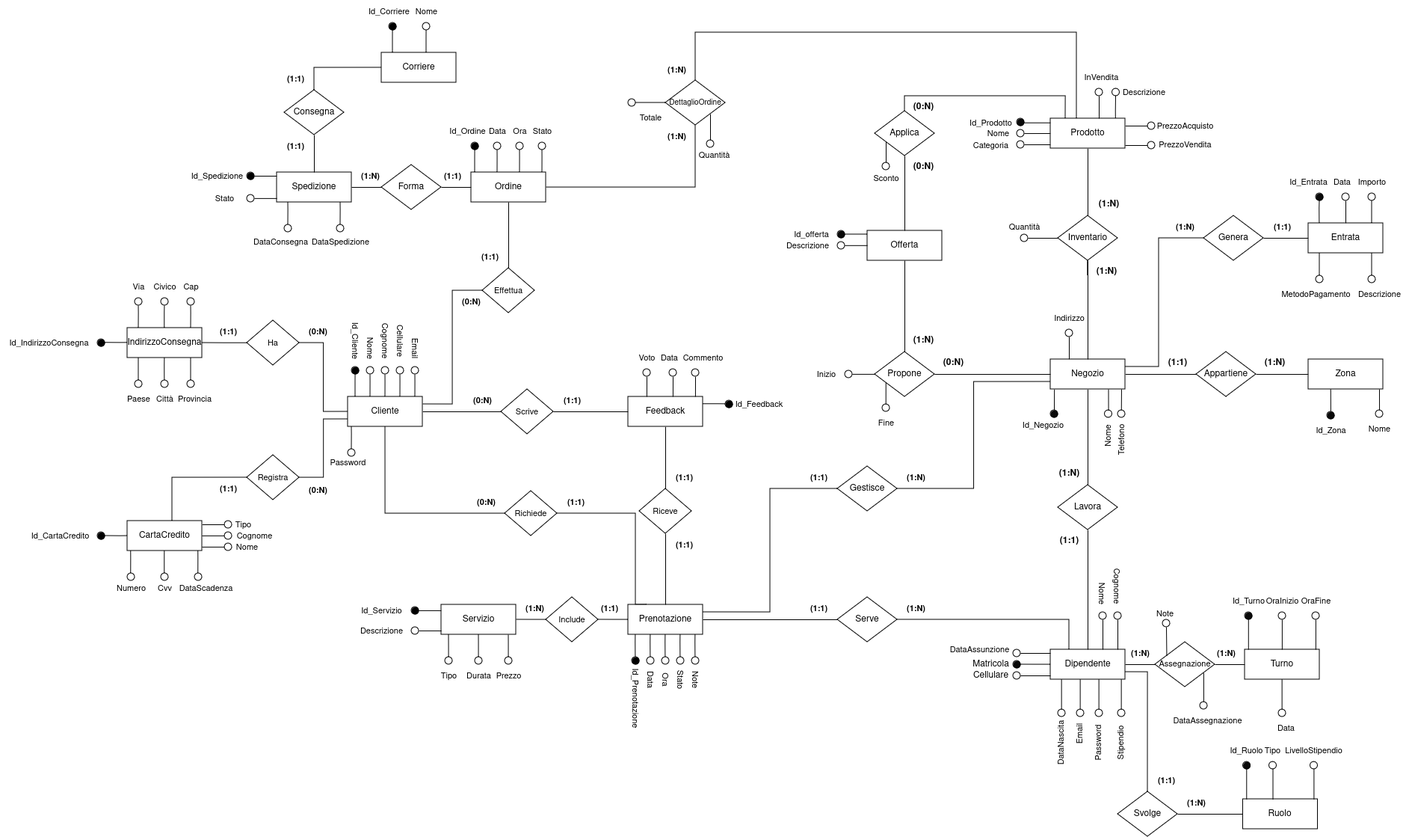
Before: fase_due/images/er_finale.png, a diagram exported from draw.io (IonutZbir/ProgettoDatabase). Source tidied: cells renumbered, new cells last; positions are measured from the earlier drawing's top-left corner, leaving out a move shared by most shapes.
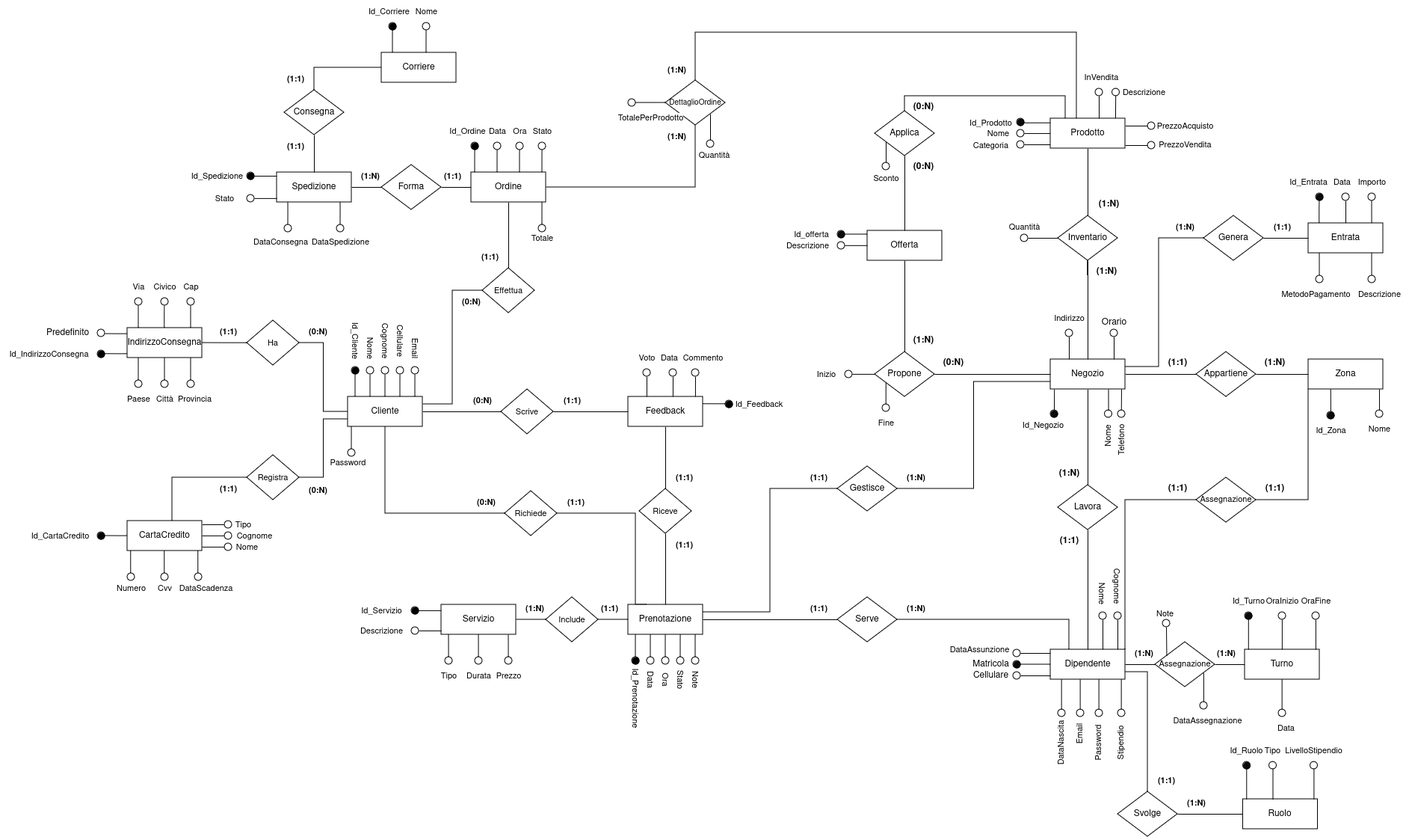
Above is the later version.

The edit, as a diff of the source:
```diff
@@ -646,8 +646,8 @@
     <mxCell id="158" value="Quantità" style="text;html=1;align=center;verticalAlign=middle;strokeColor=none;fillColor=none;fontFamily=Helvetica;fontSize=11;fontColor=default;labelBackgroundColor=default;" parent="1" vertex="1">
       <mxGeometry x="920" y="192" width="70" height="30" as="geometry" />
     </mxCell>
-    <mxCell id="159" value="Totale" style="text;html=1;align=center;verticalAlign=middle;strokeColor=none;fillColor=none;fontFamily=Helvetica;fontSize=11;fontColor=default;labelBackgroundColor=default;" parent="1" vertex="1">
-      <mxGeometry x="845" y="142" width="50" height="30" as="geometry" />
+    <mxCell id="159" value="TotalePerProdotto" style="text;html=1;align=center;verticalAlign=middle;strokeColor=none;fillColor=none;fontFamily=Helvetica;fontSize=11;fontColor=default;labelBackgroundColor=default;" parent="1" vertex="1">
+      <mxGeometry x="815" y="142" width="110" height="30" as="geometry" />
     </mxCell>
     <mxCell id="160" style="ellipse;whiteSpace=wrap;html=1;fontFamily=Helvetica;fontSize=11;fontColor=default;labelBackgroundColor=default;fillColor=none;" parent="1" vertex="1">
       <mxGeometry x="840" y="132" width="10" height="10" as="geometry" />
@@ -858,7 +858,7 @@
       <mxGeometry x="1290" y="888" width="70" height="30" as="geometry" />
     </mxCell>
     <mxCell id="214" value="(1:N)" style="text;html=1;align=center;verticalAlign=middle;strokeColor=none;fillColor=none;fontFamily=Helvetica;fontSize=11;fontColor=default;labelBackgroundColor=default;fontStyle=1;" parent="1" vertex="1">
-      <mxGeometry x="1500" y="858" width="50" height="30" as="geometry" />
+      <mxGeometry x="1505" y="858" width="50" height="30" as="geometry" />
     </mxCell>
     <mxCell id="215" value="(1:N)" style="text;html=1;align=center;verticalAlign=middle;strokeColor=none;fillColor=none;fontFamily=Helvetica;fontSize=11;fontColor=default;labelBackgroundColor=default;fontStyle=1;" parent="1" vertex="1">
       <mxGeometry x="1615" y="858" width="50" height="30" as="geometry" />
@@ -1155,11 +1155,11 @@
     </mxCell>
     <mxCell id="283" style="edgeStyle=orthogonalEdgeStyle;shape=connector;rounded=0;orthogonalLoop=1;jettySize=auto;html=1;exitX=0;exitY=0.25;exitDx=0;exitDy=0;strokeColor=default;align=center;verticalAlign=middle;fontFamily=Helvetica;fontSize=11;fontColor=default;labelBackgroundColor=default;endArrow=none;endFill=0;" parent="1" edge="1">
       <mxGeometry relative="1" as="geometry">
-        <mxPoint x="170" y="457.9" as="sourcePoint" />
-        <mxPoint x="140" y="457.8" as="targetPoint" />
+        <mxPoint x="170" y="472.9" as="sourcePoint" />
+        <mxPoint x="140" y="472.8" as="targetPoint" />
         <Array as="points">
-          <mxPoint x="160" y="457.9" />
-          <mxPoint x="160" y="457.9" />
+          <mxPoint x="160" y="472.9" />
+          <mxPoint x="160" y="472.9" />
         </Array>
       </mxGeometry>
     </mxCell>
@@ -1226,13 +1226,13 @@
       <mxGeometry x="215" y="397.9" width="10" height="10" as="geometry" />
     </mxCell>
     <mxCell id="300" style="ellipse;whiteSpace=wrap;html=1;fontFamily=Helvetica;fontSize=11;fontColor=default;labelBackgroundColor=default;fillColor=#000000;" parent="1" vertex="1">
-      <mxGeometry x="130" y="452.9" width="10" height="10" as="geometry" />
+      <mxGeometry x="130" y="467.9" width="10" height="10" as="geometry" />
     </mxCell>
     <mxCell id="301" style="ellipse;whiteSpace=wrap;html=1;fontFamily=Helvetica;fontSize=11;fontColor=default;labelBackgroundColor=default;" parent="1" vertex="1">
       <mxGeometry x="250" y="397.9" width="10" height="10" as="geometry" />
     </mxCell>
     <mxCell id="302" value="Id_IndirizzoConsegna" style="text;html=1;align=center;verticalAlign=middle;strokeColor=none;fillColor=none;fontFamily=Helvetica;fontSize=11;fontColor=default;labelBackgroundColor=default;" parent="1" vertex="1">
-      <mxGeometry y="442.9" width="130" height="30" as="geometry" />
+      <mxGeometry y="457.9" width="130" height="30" as="geometry" />
     </mxCell>
     <mxCell id="303" style="ellipse;whiteSpace=wrap;html=1;fontFamily=Helvetica;fontSize=11;fontColor=default;labelBackgroundColor=default;" parent="1" vertex="1">
       <mxGeometry x="180" y="397.9" width="10" height="10" as="geometry" />
@@ -1602,5 +1602,63 @@
     <mxCell id="384" value="(1:1)" style="text;html=1;align=center;verticalAlign=middle;strokeColor=none;fillColor=none;fontFamily=Helvetica;fontSize=11;fontColor=default;labelBackgroundColor=default;fontStyle=1;" parent="1" vertex="1">
       <mxGeometry x="745" y="656" width="50" height="30" as="geometry" />
     </mxCell>
+    <mxCell id="385" style="edgeStyle=orthogonalEdgeStyle;shape=connector;rounded=0;jettySize=auto;html=1;entryX=0;entryY=1;entryDx=0;entryDy=0;strokeColor=default;align=center;verticalAlign=middle;fontFamily=Helvetica;fontSize=11;fontColor=default;labelBackgroundColor=default;endArrow=none;endFill=0;" parent="1" edge="1" source="386" target="53">
+      <mxGeometry relative="1" as="geometry" />
+    </mxCell>
+    <mxCell id="386" value="&lt;font style=&quot;font-size: 11px;&quot;&gt;Assegnazione&lt;/font&gt;" style="shape=rhombus;perimeter=rhombusPerimeter;whiteSpace=wrap;html=1;align=center;" parent="1" vertex="1">
+      <mxGeometry x="1600" y="638" width="80" height="60" as="geometry" />
+    </mxCell>
+    <mxCell id="387" style="edgeStyle=orthogonalEdgeStyle;rounded=0;jettySize=auto;html=1;exitX=1;exitY=0;exitDx=0;exitDy=0;entryX=0;entryY=0.5;entryDx=0;entryDy=0;endArrow=none;endFill=0;" parent="1" edge="1" source="163" target="386">
+      <mxGeometry relative="1" as="geometry" />
+    </mxCell>
+    <mxCell id="388" value="(1:1)" style="text;html=1;align=center;verticalAlign=middle;strokeColor=none;fillColor=none;fontStyle=1;" parent="1" vertex="1">
+      <mxGeometry x="1550" y="638" width="50" height="30" as="geometry" />
+    </mxCell>
+    <mxCell id="389" value="(1:1)" style="text;html=1;align=center;verticalAlign=middle;strokeColor=none;fillColor=none;fontStyle=1;" parent="1" vertex="1">
+      <mxGeometry x="1680" y="638" width="50" height="30" as="geometry" />
+    </mxCell>
+    <mxCell id="390" style="edgeStyle=orthogonalEdgeStyle;shape=connector;rounded=0;orthogonalLoop=1;jettySize=auto;html=1;exitX=0.25;exitY=0;exitDx=0;exitDy=0;strokeColor=default;align=center;verticalAlign=middle;fontFamily=Helvetica;fontSize=11;fontColor=default;labelBackgroundColor=default;endArrow=none;endFill=0;" parent="1" edge="1">
+      <mxGeometry relative="1" as="geometry">
+        <mxPoint x="724.9" y="300" as="sourcePoint" />
+        <mxPoint x="725" y="270" as="targetPoint" />
+        <Array as="points">
+          <mxPoint x="724.9" y="280" />
+          <mxPoint x="724.9" y="280" />
+        </Array>
+      </mxGeometry>
+    </mxCell>
+    <mxCell id="391" style="ellipse;whiteSpace=wrap;html=1;fontFamily=Helvetica;fontSize=11;fontColor=default;labelBackgroundColor=default;" parent="1" vertex="1">
+      <mxGeometry x="720" y="300" width="10" height="10" as="geometry" />
+    </mxCell>
+    <mxCell id="392" value="Totale" style="text;html=1;align=center;verticalAlign=middle;strokeColor=none;fillColor=none;fontFamily=Helvetica;fontSize=11;fontColor=default;labelBackgroundColor=default;" parent="1" vertex="1">
+      <mxGeometry x="700" y="303" width="50" height="30" as="geometry" />
+    </mxCell>
+    <mxCell id="393" style="edgeStyle=none;shape=connector;rounded=0;jettySize=auto;html=1;exitX=0.25;exitY=0;exitDx=0;exitDy=0;strokeColor=default;align=center;verticalAlign=middle;fontFamily=Helvetica;fontSize=11;fontColor=default;labelBackgroundColor=default;endArrow=none;entryX=0.5;entryY=1;entryDx=0;entryDy=0;" parent="1" edge="1" target="394">
+      <mxGeometry relative="1" as="geometry">
+        <mxPoint x="1490" y="480" as="sourcePoint" />
+      </mxGeometry>
+    </mxCell>
+    <mxCell id="394" style="ellipse;whiteSpace=wrap;html=1;fontFamily=Helvetica;fontSize=11;fontColor=default;labelBackgroundColor=default;fillColor=none;" parent="1" vertex="1">
+      <mxGeometry x="1485" y="440" width="10" height="10" as="geometry" />
+    </mxCell>
+    <mxCell id="395" value="Orario" style="text;html=1;align=center;verticalAlign=middle;strokeColor=none;fillColor=none;" parent="1" vertex="1">
+      <mxGeometry x="1460" y="416" width="60" height="30" as="geometry" />
+    </mxCell>
+    <mxCell id="396" style="edgeStyle=orthogonalEdgeStyle;shape=connector;rounded=0;orthogonalLoop=1;jettySize=auto;html=1;exitX=0;exitY=0.25;exitDx=0;exitDy=0;strokeColor=default;align=center;verticalAlign=middle;fontFamily=Helvetica;fontSize=11;fontColor=default;labelBackgroundColor=default;endArrow=none;endFill=0;" parent="1" edge="1">
+      <mxGeometry relative="1" as="geometry">
+        <mxPoint x="170" y="446.1" as="sourcePoint" />
+        <mxPoint x="140" y="446" as="targetPoint" />
+        <Array as="points">
+          <mxPoint x="160" y="446.1" />
+          <mxPoint x="160" y="446.1" />
+        </Array>
+      </mxGeometry>
+    </mxCell>
+    <mxCell id="397" style="ellipse;whiteSpace=wrap;html=1;fontFamily=Helvetica;fontSize=11;fontColor=default;labelBackgroundColor=default;" parent="1" vertex="1">
+      <mxGeometry x="130" y="440" width="10" height="10" as="geometry" />
+    </mxCell>
+    <mxCell id="398" value="Predefinito" style="text;html=1;align=center;verticalAlign=middle;strokeColor=none;fillColor=none;" parent="1" vertex="1">
+      <mxGeometry x="50" y="430" width="80" height="30" as="geometry" />
+    </mxCell>
   </root>
 </mxGraphModel>
```
